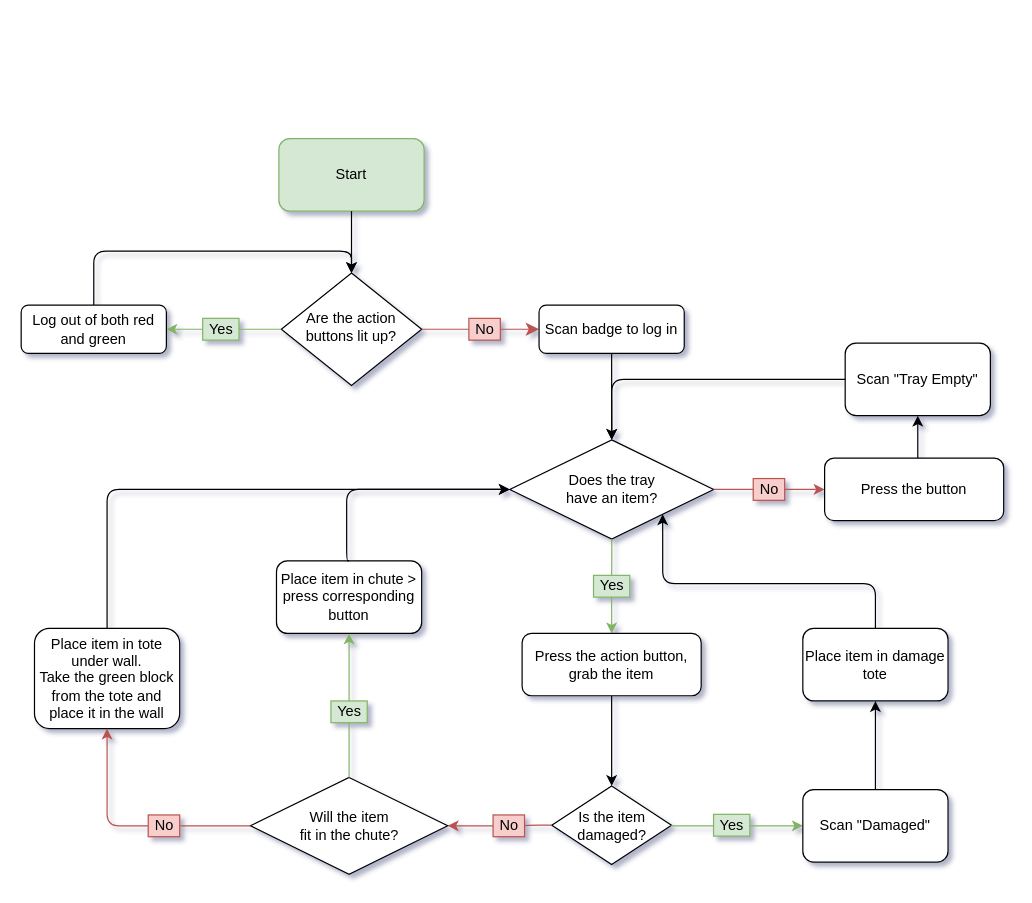
The draw.io diagram media/AFE_Rebin_Process.drawio in Pshock13/shocklp, before the edit. Source tidied: cells renumbered, new cells numbered last; positions are measured from the earlier drawing's top-left corner, leaving out a move shared by most shapes. Both pictures are drawn from the tidied source at 121%, with x=0, y=0 at pixel (21, 138).
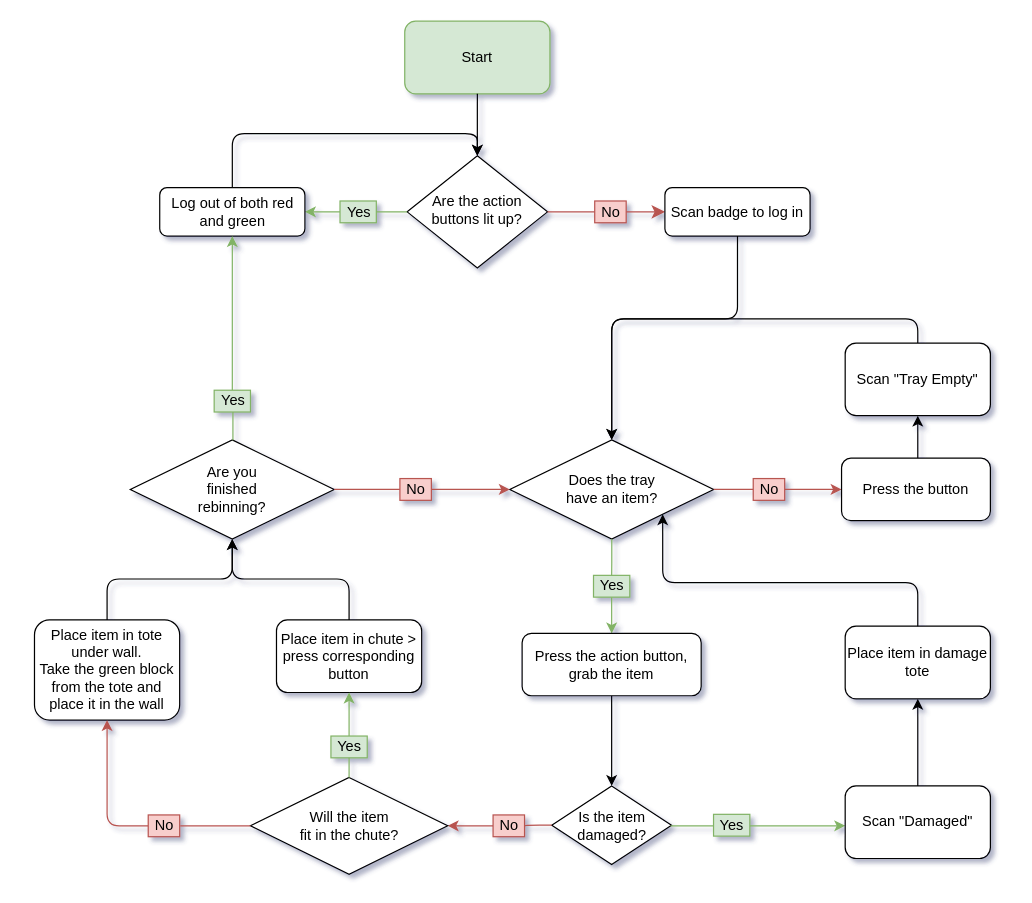
Above is the later version.

The change refers to these unchanged cells:
```xml
<mxCell id="10" value="&lt;div&gt;Does the tray&lt;/div&gt;&lt;div&gt;have an item?&lt;/div&gt;" style="rhombus;whiteSpace=wrap;html=1;" parent="1" vertex="1">
  <mxGeometry x="403.8" y="249" width="168.5" height="82" as="geometry" />
</mxCell>
<mxCell id="25" value="Scan &quot;Tray Empty&quot;" style="whiteSpace=wrap;html=1;rounded=1;shadow=0;strokeWidth=1;glass=0;" parent="1" vertex="1">
  <mxGeometry x="681" y="169" width="120" height="60" as="geometry" />
</mxCell>
```

The edit, as a diff of the source:
```diff
@@
     <mxCell id="4" value="Are the action buttons lit up?" style="rhombus;whiteSpace=wrap;html=1;shadow=0;fontFamily=Helvetica;fontSize=12;align=center;strokeWidth=1;spacing=6;spacingTop=-4;" parent="1" vertex="1">
-      <mxGeometry x="215" y="111.2" width="116" height="92.8" as="geometry" />
+      <mxGeometry x="319" y="14.2" width="116" height="92.8" as="geometry" />
     </mxCell>
-    <mxCell id="5" style="edgeStyle=orthogonalEdgeStyle;rounded=0;jettySize=auto;html=1;" parent="1" edge="1" source="6" target="10">
-      <mxGeometry relative="1" as="geometry" />
+    <mxCell id="5" style="edgeStyle=elbowEdgeStyle;rounded=1;jettySize=auto;html=1;exitX=0.5;exitY=1;exitDx=0;exitDy=0;elbow=vertical;endArrow=classic;endFill=1;entryX=0.5;entryY=0;entryDx=0;entryDy=0;" parent="1" edge="1" source="6" target="10">
+      <mxGeometry relative="1" as="geometry">
+        <Array as="points">
+          <mxPoint x="563" y="149" />
+        </Array>
+      </mxGeometry>
     </mxCell>
     <mxCell id="6" value="Scan badge to log in" style="rounded=1;whiteSpace=wrap;html=1;fontSize=12;glass=0;strokeWidth=1;shadow=0;" parent="1" vertex="1">
-      <mxGeometry x="428" y="137.6" width="120" height="40" as="geometry" />
+      <mxGeometry x="532" y="40.6" width="120" height="40" as="geometry" />
     </mxCell>
     <mxCell id="7" value="Log out of both red and green" style="rounded=1;whiteSpace=wrap;html=1;fontSize=12;glass=0;strokeWidth=1;shadow=0;" parent="1" vertex="1">
-      <mxGeometry y="137.6" width="120" height="40" as="geometry" />
+      <mxGeometry x="114.5" y="40.6" width="120" height="40" as="geometry" />
     </mxCell>
@@
     <mxCell id="11" value="Start" style="rounded=1;whiteSpace=wrap;html=1;fillColor=#d5e8d4;strokeColor=#82b366;" parent="1" vertex="1">
-      <mxGeometry x="213" width="120" height="60" as="geometry" />
+      <mxGeometry x="317" y="-97" width="120" height="60" as="geometry" />
     </mxCell>
@@
     <mxCell id="19" value="Scan &quot;Damaged&quot;" style="whiteSpace=wrap;html=1;rounded=1;shadow=0;strokeWidth=1;glass=0;" parent="1" vertex="1">
-      <mxGeometry x="646" y="538" width="120" height="60" as="geometry" />
+      <mxGeometry x="681" y="535" width="120" height="60" as="geometry" />
     </mxCell>
     <mxCell id="20" value="Place item in damage tote" style="whiteSpace=wrap;html=1;rounded=1;shadow=0;strokeWidth=1;glass=0;" parent="1" vertex="1">
-      <mxGeometry x="646" y="404.8" width="120" height="60" as="geometry" />
+      <mxGeometry x="681" y="403" width="120" height="60" as="geometry" />
     </mxCell>
     <mxCell id="21" value="Place item in chute &amp;gt; press corresponding button" style="whiteSpace=wrap;html=1;rounded=1;shadow=0;strokeWidth=1;glass=0;" parent="1" vertex="1">
-      <mxGeometry x="211" y="349" width="120" height="60" as="geometry" />
+      <mxGeometry x="211" y="397.8" width="120" height="60" as="geometry" />
     </mxCell>
-    <mxCell id="22" style="endArrow=classic;html=1;exitX=0.5;exitY=0;exitDx=0;exitDy=0;edgeStyle=elbowEdgeStyle;entryX=0;entryY=0.5;entryDx=0;entryDy=0;" parent="1" edge="1" source="21" target="10">
-      <mxGeometry relative="1" as="geometry">
-        <Array as="points">
-          <mxPoint x="269" y="343" />
-          <mxPoint x="373" y="501" />
-        </Array>
-      </mxGeometry>
-    </mxCell>
@@
     <mxCell id="24" value="Press the button" style="rounded=1;whiteSpace=wrap;html=1;fontSize=12;glass=0;strokeWidth=1;shadow=0;" parent="1" vertex="1">
-      <mxGeometry x="664" y="264.2" width="148" height="51.5" as="geometry" />
+      <mxGeometry x="678" y="264.2" width="123" height="51.5" as="geometry" />
     </mxCell>
@@
-    <mxCell id="26" style="endArrow=classic;html=1;exitX=0;exitY=0.5;exitDx=0;exitDy=0;entryX=0.5;entryY=0;entryDx=0;entryDy=0;edgeStyle=elbowEdgeStyle;elbow=vertical;" parent="1" edge="1" source="25" target="10">
+    <mxCell id="26" style="endArrow=classic;html=1;exitX=0.5;exitY=0;exitDx=0;exitDy=0;edgeStyle=elbowEdgeStyle;elbow=vertical;endFill=1;entryX=0.5;entryY=0;entryDx=0;entryDy=0;" parent="1" edge="1" source="25" target="10">
       <mxGeometry relative="1" as="geometry">
         <Array as="points">
+          <mxPoint x="629" y="149" />
+          <mxPoint x="631" y="157" />
+          <mxPoint x="605" y="148" />
           <mxPoint x="649" y="199" />
           <mxPoint x="853" y="185" />
           <mxPoint x="860" y="342" />
           <mxPoint x="730" y="214" />
         </Array>
       </mxGeometry>
     </mxCell>
@@
     <mxCell id="34" value="&lt;div&gt;No&lt;/div&gt;" style="text;html=1;align=center;verticalAlign=middle;points=[];fillColor=#f8cecc;strokeColor=#b85450;" parent="1" vertex="1">
-      <mxGeometry x="370" y="148.6" width="26" height="18" as="geometry" />
+      <mxGeometry x="474" y="51.6" width="26" height="18" as="geometry" />
     </mxCell>
@@
     <mxCell id="36" value="&lt;div&gt;Yes&lt;/div&gt;" style="text;html=1;align=center;verticalAlign=middle;points=[];fillColor=#d5e8d4;strokeColor=#82b366;" parent="1" vertex="1">
-      <mxGeometry x="150" y="148.6" width="30" height="18" as="geometry" />
+      <mxGeometry x="263.5" y="51.6" width="30" height="18" as="geometry" />
     </mxCell>
@@
-    <mxCell id="38" style="edgeStyle=orthogonalEdgeStyle;rounded=1;jettySize=auto;html=1;endArrow=classic;endFill=1;fillColor=#d5e8d4;strokeColor=#82b366;" parent="1" edge="1" source="40" target="21">
+    <mxCell id="38" style="edgeStyle=orthogonalEdgeStyle;rounded=1;jettySize=auto;html=1;endArrow=classic;endFill=1;fillColor=#d5e8d4;strokeColor=#82b366;entryX=0.5;entryY=1;entryDx=0;entryDy=0;" parent="1" edge="1" source="40" target="21">
       <mxGeometry relative="1" as="geometry" />
     </mxCell>
@@
     <mxCell id="40" value="&lt;div&gt;Yes&lt;/div&gt;" style="text;html=1;align=center;verticalAlign=middle;points=[];fillColor=#d5e8d4;strokeColor=#82b366;" parent="1" vertex="1">
-      <mxGeometry x="256" y="464.8" width="30" height="18" as="geometry" />
+      <mxGeometry x="256" y="493.8" width="30" height="18" as="geometry" />
     </mxCell>
@@
     <mxCell id="42" value="Place item in tote under wall.&lt;br&gt;Take the green block from the tote and place it in the wall" style="whiteSpace=wrap;html=1;rounded=1;shadow=0;strokeWidth=1;glass=0;" parent="1" vertex="1">
-      <mxGeometry x="11" y="404.8" width="120" height="82.8" as="geometry" />
+      <mxGeometry x="11" y="397.8" width="120" height="82.8" as="geometry" />
     </mxCell>
@@
-    <mxCell id="46" style="endArrow=classic;html=1;exitX=0.5;exitY=0;exitDx=0;exitDy=0;entryX=0;entryY=0.5;entryDx=0;entryDy=0;edgeStyle=elbowEdgeStyle;" parent="1" edge="1" source="42" target="10">
-      <mxGeometry relative="1" as="geometry">
-        <Array as="points">
-          <mxPoint x="71" y="346" />
-          <mxPoint x="17" y="332" />
-        </Array>
-      </mxGeometry>
-    </mxCell>
     <mxCell id="47" style="endArrow=classic;html=1;exitX=0.5;exitY=0;exitDx=0;exitDy=0;entryX=0.5;entryY=0;entryDx=0;entryDy=0;edgeStyle=elbowEdgeStyle;elbow=vertical;" parent="1" edge="1" source="7" target="4">
       <mxGeometry relative="1" as="geometry">
         <Array as="points">
-          <mxPoint x="191" y="93" />
+          <mxPoint x="295" y="-4" />
         </Array>
       </mxGeometry>
     </mxCell>
@@
+    <mxCell id="50" style="edgeStyle=elbowEdgeStyle;rounded=1;jettySize=auto;html=1;endArrow=classic;endFill=1;fillColor=#d5e8d4;strokeColor=#82b366;entryX=0.5;entryY=1;entryDx=0;entryDy=0;elbow=vertical;" parent="1" edge="1" source="57" target="7">
+      <mxGeometry relative="1" as="geometry" />
+    </mxCell>
+    <mxCell id="51" value="&lt;div&gt;Are you&lt;/div&gt;&lt;div&gt;finished&lt;/div&gt;&lt;div&gt;rebinning?&lt;/div&gt;" style="rhombus;whiteSpace=wrap;html=1;" parent="1" vertex="1">
+      <mxGeometry x="90.2" y="249" width="168.5" height="82" as="geometry" />
+    </mxCell>
+    <mxCell id="52" style="endArrow=classic;html=1;exitX=1;exitY=0.5;exitDx=0;exitDy=0;entryX=0;entryY=0.5;entryDx=0;entryDy=0;fillColor=#f8cecc;strokeColor=#b85450;" parent="1" edge="1" source="53" target="10">
+      <mxGeometry relative="1" as="geometry" />
+    </mxCell>
+    <mxCell id="53" value="&lt;div&gt;No&lt;/div&gt;" style="text;html=1;align=center;verticalAlign=middle;points=[];fillColor=#f8cecc;strokeColor=#b85450;" parent="1" vertex="1">
+      <mxGeometry x="313" y="281" width="26" height="18" as="geometry" />
+    </mxCell>
+    <mxCell id="54" style="endArrow=none;html=1;exitX=1;exitY=0.5;exitDx=0;exitDy=0;entryX=0;entryY=0.5;entryDx=0;entryDy=0;endFill=0;fillColor=#f8cecc;strokeColor=#b85450;" parent="1" edge="1" source="51" target="53">
+      <mxGeometry relative="1" as="geometry" />
+    </mxCell>
+    <mxCell id="55" style="edgeStyle=elbowEdgeStyle;elbow=vertical;endArrow=classic;html=1;exitX=0.5;exitY=0;exitDx=0;exitDy=0;entryX=0.5;entryY=1;entryDx=0;entryDy=0;" parent="1" edge="1" source="42" target="51">
+      <mxGeometry relative="1" as="geometry" />
+    </mxCell>
+    <mxCell id="56" style="edgeStyle=elbowEdgeStyle;elbow=vertical;endArrow=classic;html=1;exitX=0.5;exitY=0;exitDx=0;exitDy=0;entryX=0.5;entryY=1;entryDx=0;entryDy=0;" parent="1" edge="1" source="21" target="51">
+      <mxGeometry relative="1" as="geometry" />
+    </mxCell>
+    <mxCell id="57" value="Yes" style="text;html=1;align=center;verticalAlign=middle;points=[];fillColor=#d5e8d4;strokeColor=#82b366;" parent="1" vertex="1">
+      <mxGeometry x="159.5" y="208" width="30" height="18" as="geometry" />
+    </mxCell>
+    <mxCell id="58" style="edgeStyle=elbowEdgeStyle;rounded=1;jettySize=auto;html=1;endArrow=none;endFill=0;fillColor=#d5e8d4;strokeColor=#82b366;" parent="1" edge="1" source="51" target="57">
+      <mxGeometry relative="1" as="geometry" />
+    </mxCell>
```
